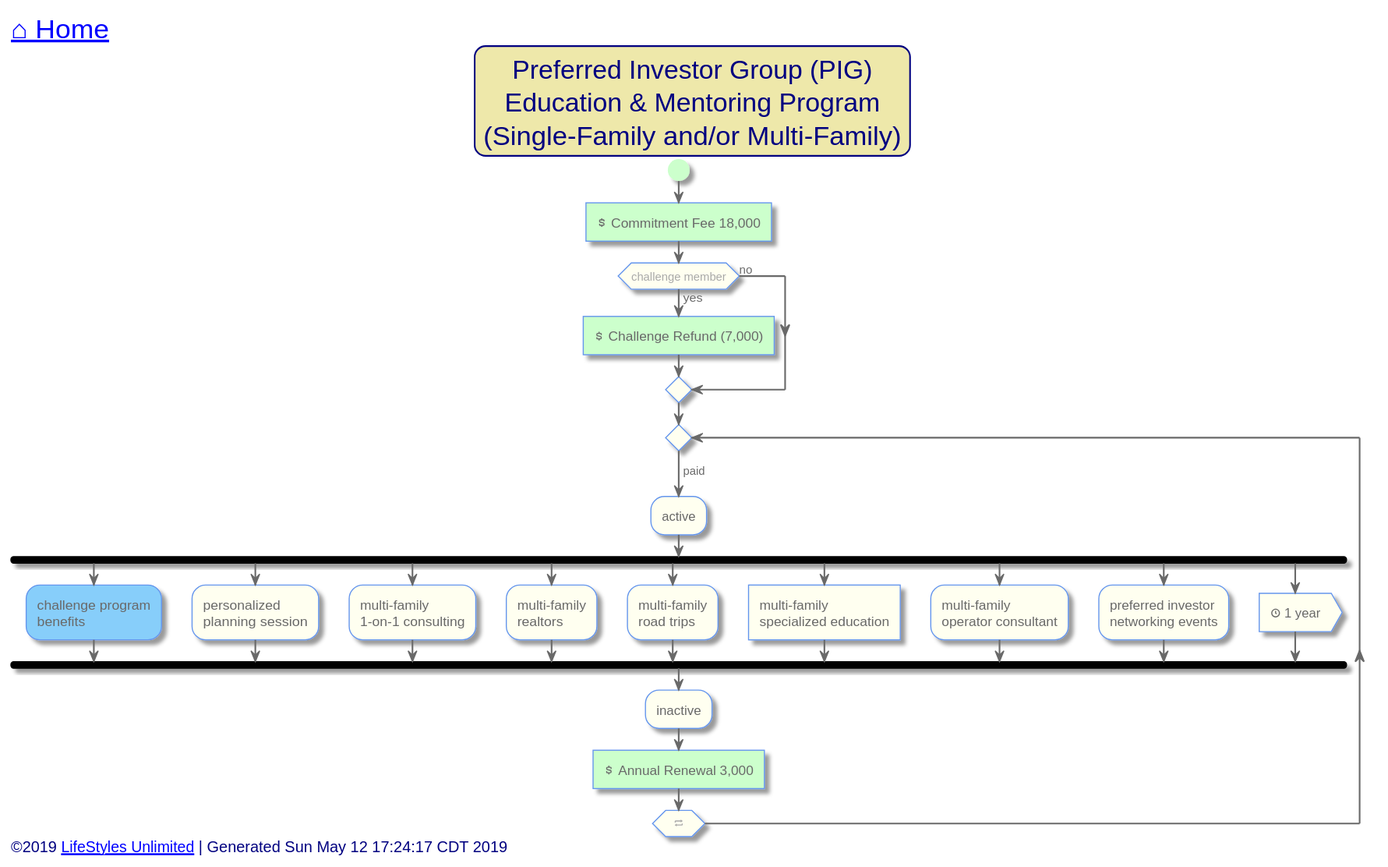
toddmo/lifestylesunlimited keeps this PlantUML diagram as out/src/multi-family/preferred-investor-group-program.svg. Above is the earlier version.
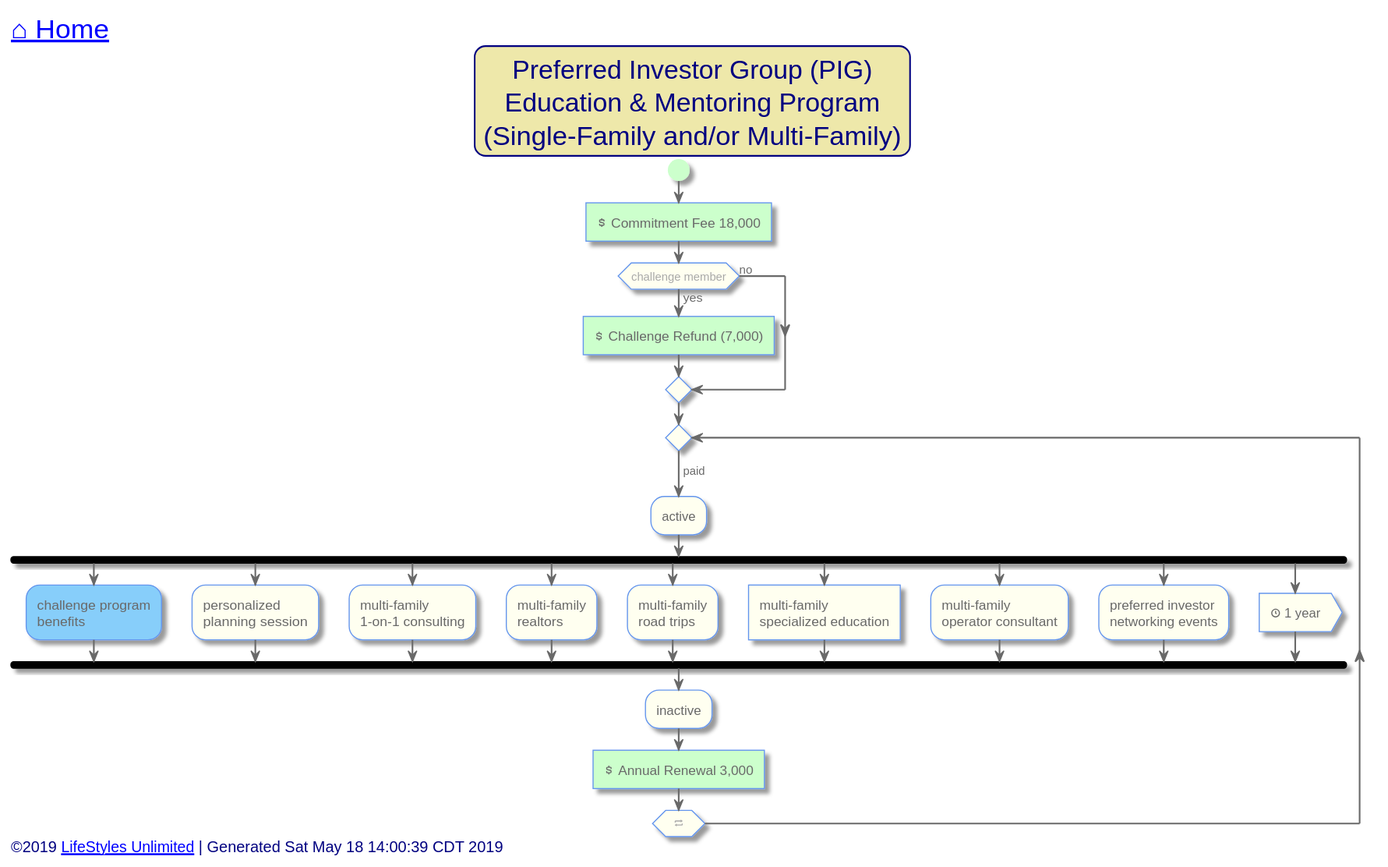
The same file after the commit.

What changed in the source:
```diff
@@ -118,7 +118,7 @@
 
 
 left footer
-	<font size=14>©2019 [[http://www.lifestylesunlimited.com LifeStyles Unlimited]] | Generated Sun May 12 17:24:17 CDT 2019</font>
+	<font size=14>©2019 [[http://www.lifestylesunlimited.com LifeStyles Unlimited]] | Generated Sat May 18 14:00:39 CDT 2019</font>
 endfooter
 
 
```
